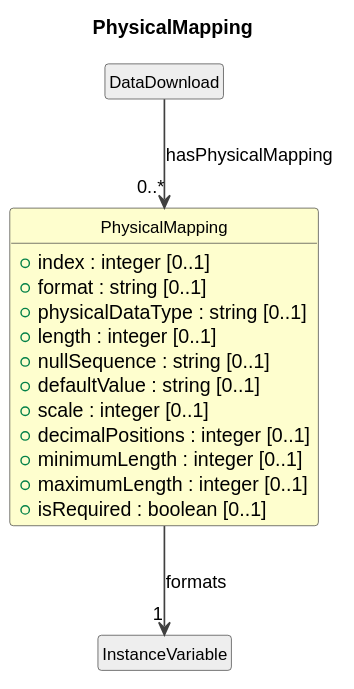
Earlier version of the PlantUML export cdif-uml-model/CDIFDataDescription/Classes/PhysicalMapping.svg (Cross-Domain-Interoperability-Framework/metadataBuildingBlocks).
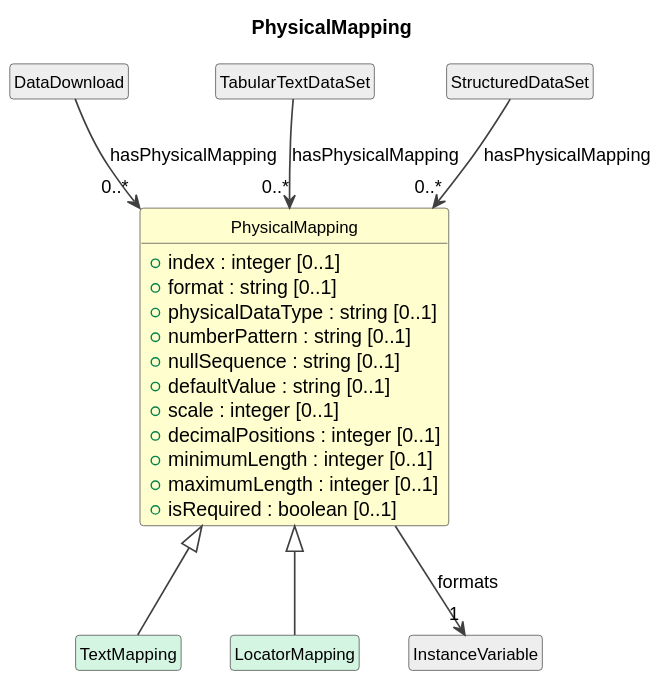
After the commit.

Diff of the diagram source:
```diff
@@ -14,7 +14,7 @@
   +index : integer [0..1]
   +format : string [0..1]
   +physicalDataType : string [0..1]
-  +length : integer [0..1]
+  +numberPattern : string [0..1]
   +nullSequence : string [0..1]
   +defaultValue : string [0..1]
   +scale : integer [0..1]
@@ -23,8 +23,16 @@
   +maximumLength : integer [0..1]
   +isRequired : boolean [0..1]
 }
+class "TextMapping" as TextMapping #D5F5E3
+PhysicalMapping <|-- TextMapping
+class "LocatorMapping" as LocatorMapping #D5F5E3
+PhysicalMapping <|-- LocatorMapping
 class "DataDownload" as DataDownload #EEEEEE
 DataDownload --> "0..*" PhysicalMapping : hasPhysicalMapping
 class "InstanceVariable" as InstanceVariable #EEEEEE
 PhysicalMapping --> "1" InstanceVariable : formats
+class "TabularTextDataSet" as TabularTextDataSet #EEEEEE
+TabularTextDataSet --> "0..*" PhysicalMapping : hasPhysicalMapping
+class "StructuredDataSet" as StructuredDataSet #EEEEEE
+StructuredDataSet --> "0..*" PhysicalMapping : hasPhysicalMapping
 @enduml
```
